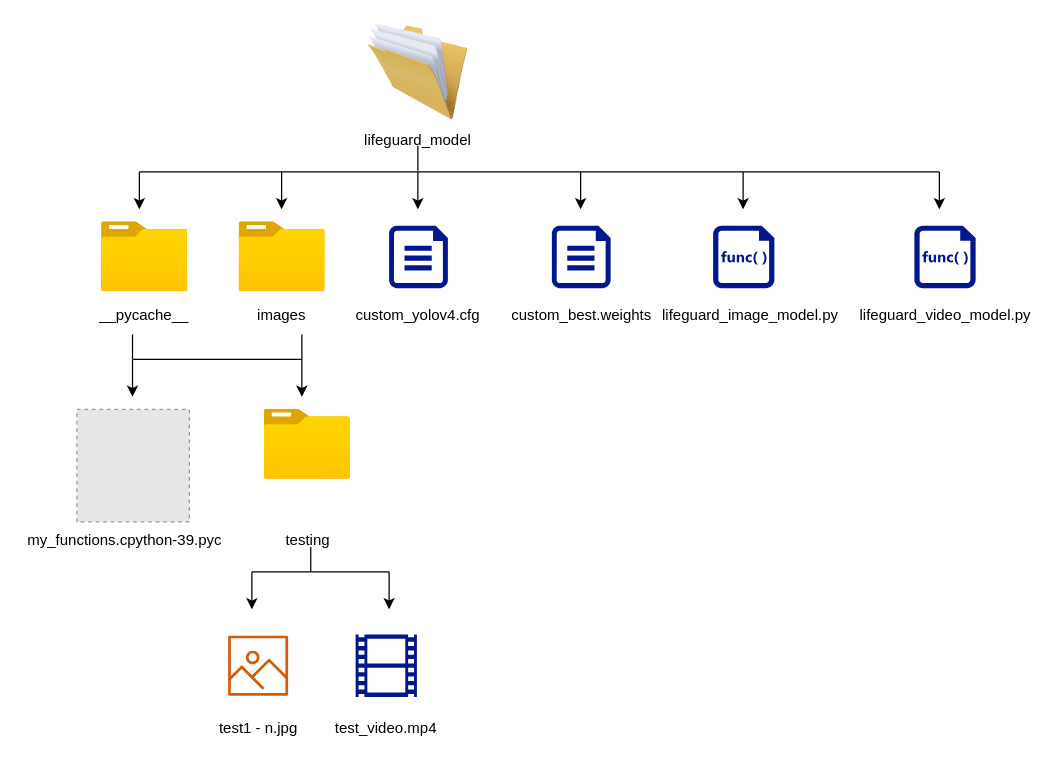
Above: bee_vs_wasp_model_folder.drawio in cascoatle/fj_project (draw.io), before the change. Source tidied: cells renumbered, new cells numbered last; positions are measured from the earlier drawing's top-left corner, leaving out a move shared by most shapes. Both pictures are drawn from the tidied source at 125%, with x=0, y=0 at pixel (21, 21). Pictures stored in the file or linked from it are replaced by grey dashed boxes.
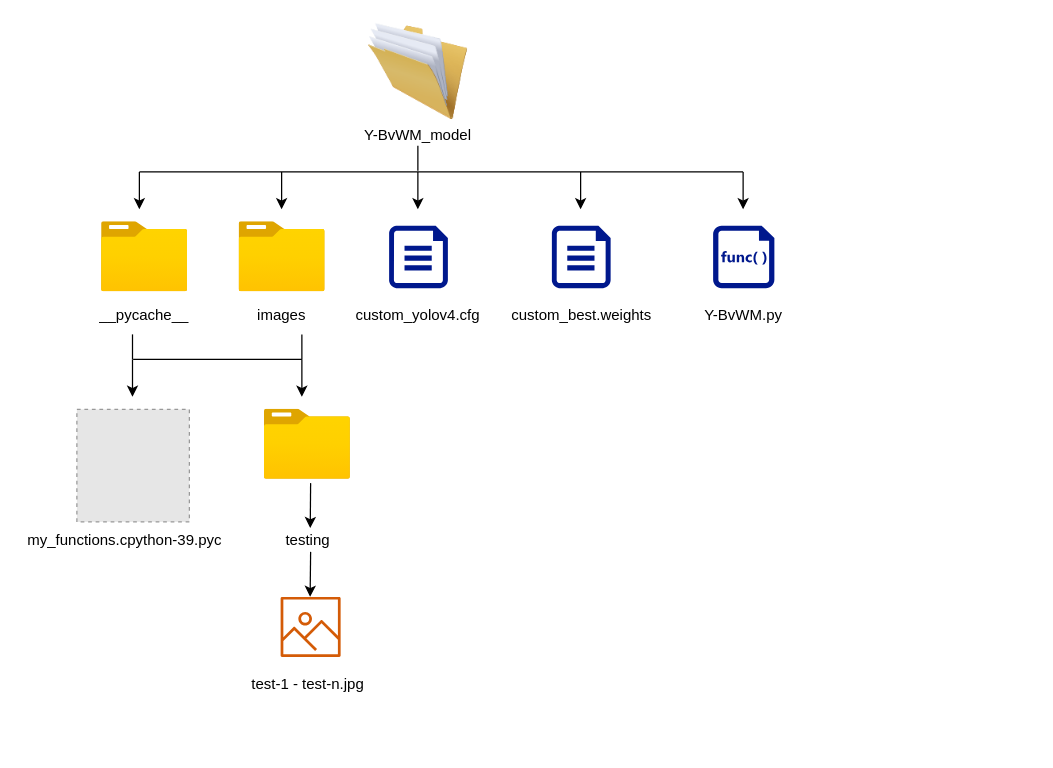
Above is the later version.

The edit, as a diff of the source:
```diff
@@
-    <mxCell id="4" value="lifeguard_model" style="text;html=1;strokeColor=none;fillColor=none;align=center;verticalAlign=middle;whiteSpace=wrap;rounded=0;" parent="1" vertex="1">
-      <mxGeometry x="267.2" y="80" width="100" height="30" as="geometry" />
+    <mxCell id="4" value="Y-BvWM_model" style="text;html=1;strokeColor=none;fillColor=none;align=center;verticalAlign=middle;whiteSpace=wrap;rounded=0;" parent="1" vertex="1">
+      <mxGeometry x="267.2" y="76" width="100" height="30" as="geometry" />
     </mxCell>
     <mxCell id="5" style="endArrow=none;html=1;rounded=0;" parent="1" edge="1">
       <mxGeometry relative="1" as="geometry">
         <mxPoint x="94" y="120" as="sourcePoint" />
-        <mxPoint x="734" y="120" as="targetPoint" />
+        <mxPoint x="577" y="120" as="targetPoint" />
       </mxGeometry>
     </mxCell>
@@
-    <mxCell id="11" style="sketch=0;shadow=0;dashed=0;html=1;strokeColor=none;labelPosition=center;verticalLabelPosition=bottom;verticalAlign=top;align=center;fillColor=#00188D;shape=mxgraph.mscae.enterprise.code_file;" parent="1" vertex="1">
-      <mxGeometry x="714" y="163" width="49" height="50" as="geometry" />
-    </mxCell>
@@
-    <mxCell id="18" style="endArrow=classic;html=1;rounded=0;" parent="1" edge="1">
-      <mxGeometry relative="1" as="geometry">
-        <mxPoint x="734" y="120" as="sourcePoint" />
-        <mxPoint x="734" y="150" as="targetPoint" />
-      </mxGeometry>
-    </mxCell>
@@
-    <mxCell id="26" value="lifeguard_image_model.py" style="text;html=1;strokeColor=none;fillColor=none;align=center;verticalAlign=middle;whiteSpace=wrap;rounded=0;" parent="1" vertex="1">
-      <mxGeometry x="553" y="220" width="60" height="30" as="geometry" />
+    <mxCell id="26" value="Y-BvWM.py" style="text;html=1;strokeColor=none;fillColor=none;align=center;verticalAlign=middle;whiteSpace=wrap;rounded=0;" parent="1" vertex="1">
+      <mxGeometry x="540" y="220" width="75" height="30" as="geometry" />
     </mxCell>
-    <mxCell id="27" value="lifeguard_video_model.py&lt;br&gt;" style="text;html=1;strokeColor=none;fillColor=none;align=center;verticalAlign=middle;whiteSpace=wrap;rounded=0;" parent="1" vertex="1">
-      <mxGeometry x="708.5" y="220" width="60" height="30" as="geometry" />
-    </mxCell>
@@
-    <mxCell id="29" style="endArrow=none;html=1;rounded=0;" parent="1" edge="1">
-      <mxGeometry relative="1" as="geometry">
-        <mxPoint x="184" y="440" as="sourcePoint" />
-        <mxPoint x="294" y="440" as="targetPoint" />
-      </mxGeometry>
-    </mxCell>
     <mxCell id="30" style="endArrow=classic;html=1;rounded=0;" parent="1" edge="1">
       <mxGeometry relative="1" as="geometry">
-        <mxPoint x="184" y="440" as="sourcePoint" />
-        <mxPoint x="184" y="470" as="targetPoint" />
+        <mxPoint x="231" y="424" as="sourcePoint" />
+        <mxPoint x="230.6" y="460" as="targetPoint" />
       </mxGeometry>
     </mxCell>
@@
     <mxCell id="32" style="sketch=0;fontColor=#232F3E;gradientColor=none;fillColor=#D45B07;strokeColor=none;dashed=0;verticalLabelPosition=bottom;verticalAlign=top;align=center;html=1;fontSize=12;fontStyle=0;shape=mxgraph.aws4.container_registry_image;" parent="1" vertex="1">
-      <mxGeometry x="165" y="491" width="48" height="48" as="geometry" />
+      <mxGeometry x="207" y="460" width="48" height="48" as="geometry" />
     </mxCell>
-    <mxCell id="33" value="test1 - n.jpg" style="text;html=1;strokeColor=none;fillColor=none;align=center;verticalAlign=middle;whiteSpace=wrap;rounded=0;" parent="1" vertex="1">
-      <mxGeometry x="146.5" y="550" width="85" height="30" as="geometry" />
+    <mxCell id="33" value="test-1 - test-n.jpg" style="text;html=1;strokeColor=none;fillColor=none;align=center;verticalAlign=middle;whiteSpace=wrap;rounded=0;" parent="1" vertex="1">
+      <mxGeometry x="178.5" y="515" width="100" height="30" as="geometry" />
     </mxCell>
-    <mxCell id="34" style="sketch=0;shadow=0;dashed=0;html=1;strokeColor=none;labelPosition=center;verticalLabelPosition=bottom;verticalAlign=top;align=center;fillColor=#00188D;shape=mxgraph.mscae.general.video;" parent="1" vertex="1">
-      <mxGeometry x="267" y="490" width="49" height="50" as="geometry" />
-    </mxCell>
-    <mxCell id="35" value="test_video.mp4" style="text;html=1;strokeColor=none;fillColor=none;align=center;verticalAlign=middle;whiteSpace=wrap;rounded=0;" parent="1" vertex="1">
-      <mxGeometry x="246" y="550" width="91" height="30" as="geometry" />
-    </mxCell>
-    <mxCell id="36" style="endArrow=classic;html=1;rounded=0;" parent="1" edge="1">
-      <mxGeometry relative="1" as="geometry">
-        <mxPoint x="293.8" y="440" as="sourcePoint" />
-        <mxPoint x="293.8" y="470" as="targetPoint" />
-      </mxGeometry>
-    </mxCell>
@@
-    <mxCell id="40" style="endArrow=none;html=1;rounded=0;" parent="1" edge="1">
-      <mxGeometry relative="1" as="geometry">
-        <mxPoint x="231.1" y="440" as="sourcePoint" />
-        <mxPoint x="231.1" y="420" as="targetPoint" />
-      </mxGeometry>
-    </mxCell>
+    <mxCell id="41" style="endArrow=classic;html=1;rounded=0;" parent="1" edge="1">
+      <mxGeometry relative="1" as="geometry">
+        <mxPoint x="231" y="369" as="sourcePoint" />
+        <mxPoint x="230.7" y="405" as="targetPoint" />
+      </mxGeometry>
+    </mxCell>
```
